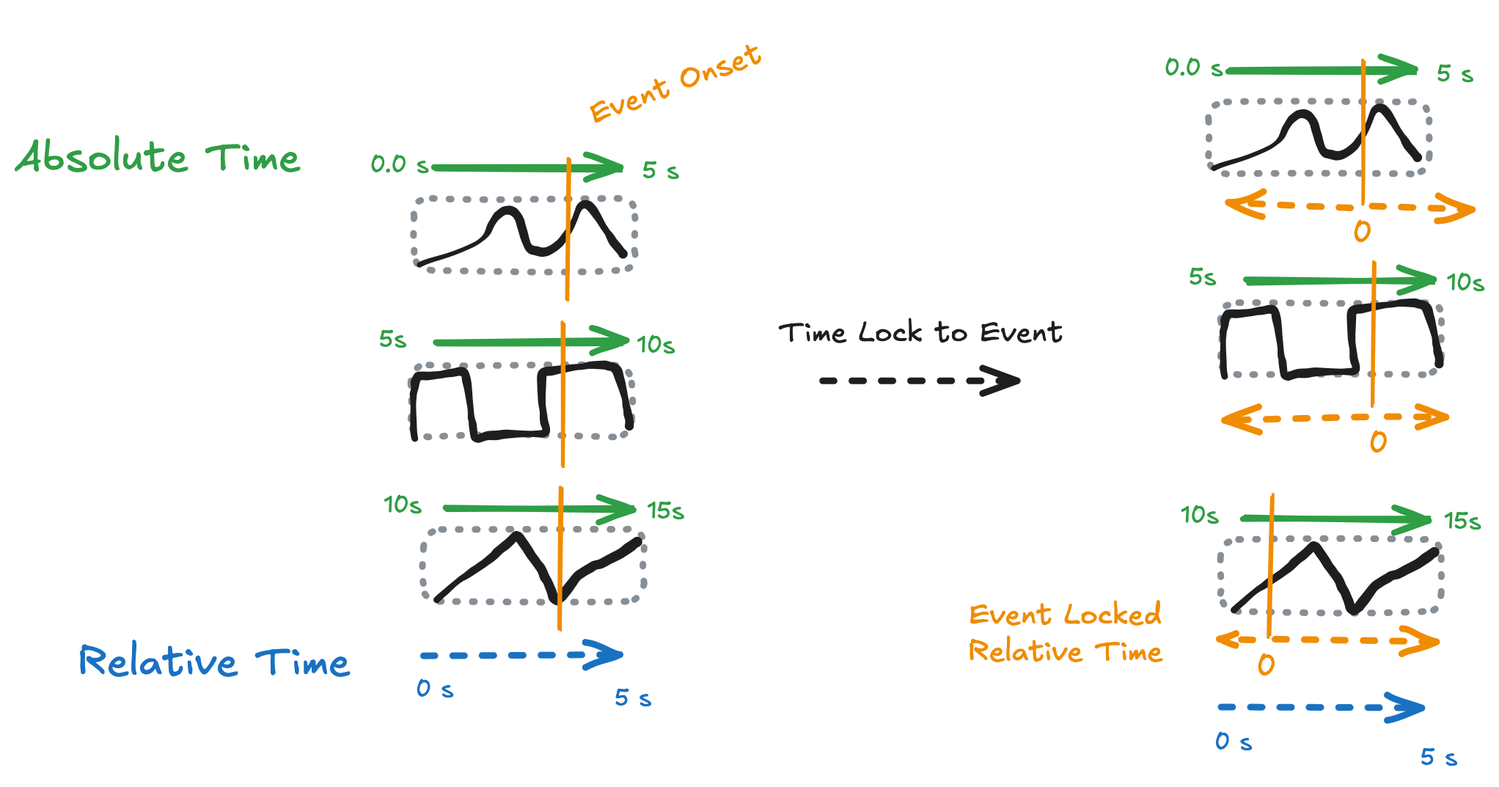
This is docs/images/event-locking.png.excalidraw.png from ianhi/xarray-linked-indexes, a Excalidraw export, as it was before one commit. Source tidied: one line per element, renumbered; positions are measured from the earlier drawing's top-left corner, leaving out a move shared by most shapes.
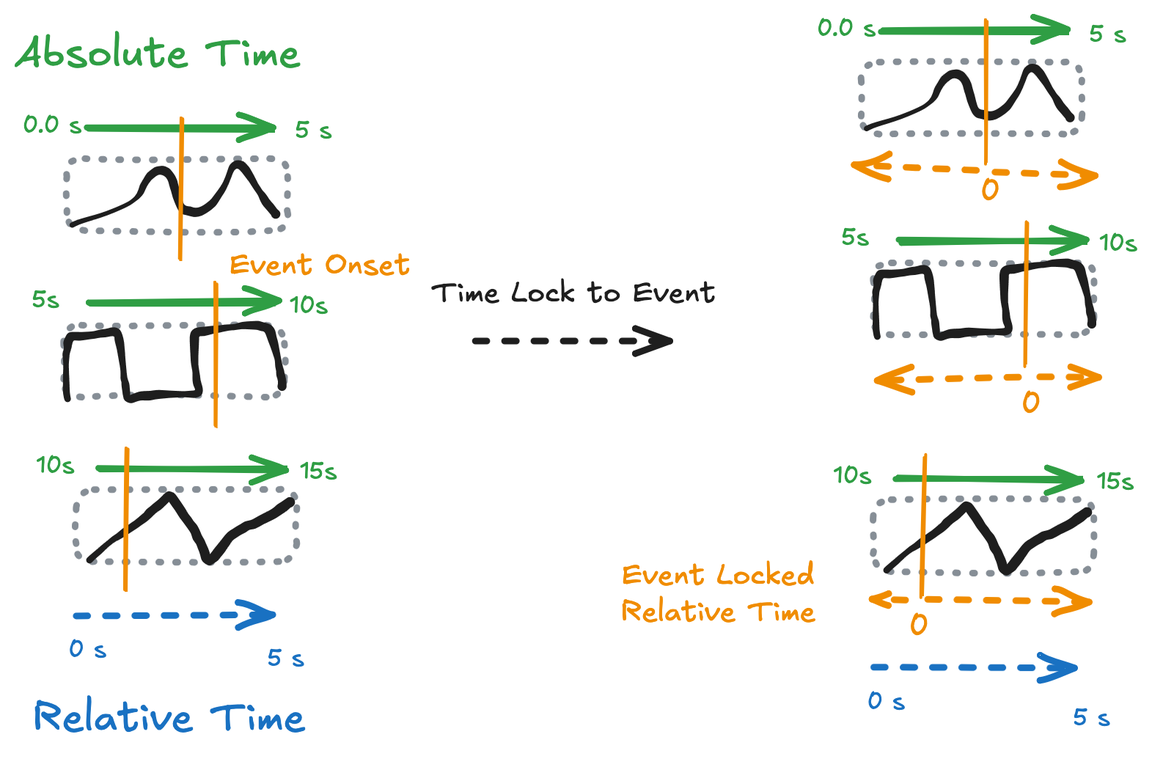
The same file after the commit.

What changed in the source:
```diff
@@ -16,8 +16,8 @@
 {"id": 15, "type": "freedraw", "strokeColor": "#1e1e1e", "strokeWidth": 1, "strokeStyle": "dashed", "roughness": 1, "x": 273, "y": 262, "width": 147, "height": 52, "points": [[0, 0], [-1, -9], [-1, -30], [0, -36], [1, -43], [18, -44], [27, -45], [34, -45], [38, -18], [39, -11], [42, 2], [47, -1], [53, -2], [67, -3], [85, -3], [90, -6], [86, -25], [86, -34], [86, -41], [89, -46], [110, -49], [122, -50], [129, -50], [136, -49], [139, -44], [144, -23], [145, -16], [146, -11]]}
 {"id": 16, "type": "freedraw", "strokeColor": "#1e1e1e", "strokeWidth": 1, "strokeStyle": "dashed", "roughness": 1, "x": 288, "y": 372, "width": 137, "height": 46, "points": [[0, 0], [7, -6], [19, -16], [27, -21], [34, -26], [38, -30], [43, -34], [47, -37], [51, -42], [54, -44], [60, -37], [65, -29], [70, -22], [73, -17], [76, -11], [78, -5], [80, 0], [82, 0], [86, -4], [92, -11], [96, -16], [101, -20], [107, -22], [113, -25], [117, -28], [123, -30], [128, -33], [132, -36], [136, -39]]}
 {"id": 17, "type": "line", "strokeColor": "#f08c00", "strokeWidth": 2, "roughness": 1, "round": true, "x": 374, "y": 184, "width": 1, "height": 97, "points": [[0, 0], [-1, 97]]}
-{"id": 18, "type": "line", "strokeColor": "#f08c00", "strokeWidth": 2, "roughness": 1, "round": true, "x": 378, "y": 71, "width": 1, "height": 97, "points": [[0, 0], [-1, 97]]}
+{"id": 18, "type": "line", "strokeColor": "#f08c00", "strokeWidth": 2, "roughness": 1, "round": true, "x": 351, "y": 70, "width": 1, "height": 97, "points": [[0, 0], [-1, 97]]}
-{"id": 19, "type": "line", "strokeColor": "#f08c00", "strokeWidth": 2, "roughness": 1, "round": true, "x": 373, "y": 295, "width": 1, "height": 97, "points": [[0, 0], [-1, 97]]}
+{"id": 19, "type": "line", "strokeColor": "#f08c00", "strokeWidth": 2, "roughness": 1, "round": true, "x": 314, "y": 296, "width": 1, "height": 97, "points": [[0, 0], [-1, 97]]}
 {"id": 20, "type": "rectangle", "strokeColor": "#868e96", "strokeWidth": 4, "strokeStyle": "dotted", "roughness": 1, "round": true, "x": 814, "y": 32, "width": 150, "height": 49}
 {"id": 21, "type": "arrow", "strokeColor": "#2f9e44", "strokeWidth": 4, "roughness": 1, "endArrowhead": "arrow", "round": true, "x": 828, "y": 12, "width": 128, "height": 0, "points": [[0, 0], [128, 0]]}
 {"id": 22, "type": "text", "text": "0.0 s", "strokeColor": "#2f9e44", "strokeWidth": 4, "roughness": 1, "fontSize": 16, "fontFamily": 5, "textAlign": "center", "x": 784, "y": 0, "width": 40, "height": 20}
@@ -37,11 +37,11 @@
 {"id": 36, "type": "freedraw", "strokeColor": "#1e1e1e", "strokeWidth": 1, "strokeStyle": "dashed", "roughness": 1, "x": 825, "y": 219, "width": 147, "height": 52, "points": [[0, 0], [-1, -9], [-1, -30], [0, -36], [1, -43], [18, -44], [27, -45], [34, -45], [38, -18], [39, -11], [42, 2], [47, -1], [53, -2], [67, -3], [85, -3], [90, -6], [86, -25], [86, -34], [86, -41], [89, -46], [110, -49], [122, -50], [129, -50], [136, -49], [139, -44], [144, -23], [145, -16], [146, -11]]}
 {"id": 37, "type": "freedraw", "strokeColor": "#1e1e1e", "strokeWidth": 1, "strokeStyle": "dashed", "roughness": 1, "x": 831, "y": 379, "width": 137, "height": 46, "points": [[0, 0], [7, -6], [19, -16], [27, -21], [34, -26], [38, -30], [43, -34], [47, -37], [51, -42], [54, -44], [60, -37], [65, -29], [70, -22], [73, -17], [76, -11], [78, -5], [80, 0], [82, 0], [86, -4], [92, -11], [96, -16], [101, -20], [107, -22], [113, -25], [117, -28], [123, -30], [128, -33], [132, -36], [136, -39]]}
 {"id": 38, "type": "line", "strokeColor": "#f08c00", "strokeWidth": 2, "roughness": 1, "round": true, "x": 927, "y": 142, "width": 1, "height": 97, "points": [[0, 0], [-1, 97]]}
-{"id": 39, "type": "line", "strokeColor": "#f08c00", "strokeWidth": 2, "roughness": 1, "round": true, "x": 920, "y": 5, "width": 1, "height": 97, "points": [[0, 0], [-1, 97]]}
+{"id": 39, "type": "line", "strokeColor": "#f08c00", "strokeWidth": 2, "roughness": 1, "round": true, "x": 899, "y": 5, "width": 1, "height": 97, "points": [[0, 0], [-1, 97]]}
 {"id": 40, "type": "line", "strokeColor": "#f08c00", "strokeWidth": 2, "roughness": 1, "round": true, "x": 857, "y": 301, "width": 1, "height": 97, "points": [[0, 0], [-1, 97]]}
-{"id": 41, "type": "arrow", "strokeColor": "#f08c00", "strokeWidth": 4, "strokeStyle": "dashed", "roughness": 1, "endArrowhead": "arrow", "round": true, "x": 924, "y": 103, "width": 69, "height": 2, "points": [[0, 0], [69, 2]]}
+{"id": 41, "type": "arrow", "strokeColor": "#f08c00", "strokeWidth": 4, "strokeStyle": "dashed", "roughness": 1, "endArrowhead": "arrow", "round": true, "x": 904, "y": 107, "width": 69, "height": 2, "points": [[0, 0], [69, 2]]}
-{"id": 42, "type": "arrow", "strokeColor": "#f08c00", "strokeWidth": 4, "strokeStyle": "dashed", "roughness": 1, "endArrowhead": "arrow", "round": true, "x": 910, "y": 104, "width": 83, "height": 4, "points": [[0, 0], [-83, -4]]}
+{"id": 42, "type": "arrow", "strokeColor": "#f08c00", "strokeWidth": 4, "strokeStyle": "dashed", "roughness": 1, "endArrowhead": "arrow", "round": true, "x": 892, "y": 105, "width": 83, "height": 4, "points": [[0, 0], [-83, -4]]}
-{"id": 43, "type": "text", "text": "0", "strokeColor": "#f08c00", "strokeWidth": 4, "strokeStyle": "dashed", "roughness": 0, "fontSize": 20, "fontFamily": 5, "textAlign": "center", "x": 912, "y": 110, "width": 13, "height": 25}
+{"id": 43, "type": "text", "text": "0", "strokeColor": "#f08c00", "strokeWidth": 4, "strokeStyle": "dashed", "roughness": 0, "fontSize": 20, "fontFamily": 5, "textAlign": "center", "x": 895, "y": 108, "width": 13, "height": 25}
 {"id": 44, "type": "arrow", "strokeColor": "#f08c00", "strokeWidth": 4, "strokeStyle": "dashed", "roughness": 1, "endArrowhead": "arrow", "round": true, "x": 935, "y": 247, "width": 40, "height": 1, "points": [[0, 0], [40, 1]]}
 {"id": 45, "type": "arrow", "strokeColor": "#f08c00", "strokeWidth": 4, "strokeStyle": "dashed", "roughness": 1, "endArrowhead": "arrow", "round": true, "x": 921, "y": 248, "width": 96, "height": 2, "points": [[0, 0], [-96, 2]]}
 {"id": 46, "type": "text", "text": "0", "strokeColor": "#f08c00", "strokeWidth": 4, "strokeStyle": "dashed", "roughness": 0, "fontSize": 20, "fontFamily": 5, "textAlign": "center", "x": 923, "y": 253, "width": 13, "height": 25}
@@ -49,9 +49,9 @@
 {"id": 48, "type": "arrow", "strokeColor": "#f08c00", "strokeWidth": 4, "strokeStyle": "dashed", "roughness": 1, "endArrowhead": "arrow", "round": true, "x": 845, "y": 399, "width": 24, "height": 1, "points": [[0, 0], [-24, -1]]}
 {"id": 49, "type": "text", "text": "0", "strokeColor": "#f08c00", "strokeWidth": 4, "strokeStyle": "dashed", "roughness": 0, "fontSize": 20, "fontFamily": 5, "textAlign": "center", "x": 847, "y": 405, "width": 13, "height": 25}
 {"id": 50, "type": "text", "text": "Event Locked\nRelative Time", "strokeColor": "#f08c00", "strokeWidth": 4, "strokeStyle": "dashed", "roughness": 0, "fontSize": 20, "fontFamily": 5, "textAlign": "center", "x": 614, "y": 370, "width": 205, "height": 50}
-{"id": 51, "type": "text", "text": "Absolute Time", "strokeColor": "#2f9e44", "strokeWidth": 4, "strokeStyle": "dotted", "roughness": 1, "fontSize": 28, "fontFamily": 5, "textAlign": "center", "x": 0, "y": 54, "width": 195, "height": 35}
+{"id": 51, "type": "text", "text": "Absolute Time", "strokeColor": "#2f9e44", "strokeWidth": 4, "strokeStyle": "dotted", "roughness": 1, "fontSize": 28, "fontFamily": 5, "textAlign": "center", "x": 237, "y": 10, "width": 195, "height": 35}
-{"id": 52, "type": "text", "text": "Event Onset", "strokeColor": "#f08c00", "angle": 5.93, "strokeWidth": 4, "strokeStyle": "dashed", "roughness": 0, "fontSize": 20, "fontFamily": 5, "textAlign": "center", "x": 348, "y": 8, "width": 205, "height": 25}
+{"id": 52, "type": "text", "text": "Event Onset", "strokeColor": "#f08c00", "strokeWidth": 4, "strokeStyle": "dashed", "roughness": 0, "fontSize": 20, "fontFamily": 5, "textAlign": "center", "x": 342, "y": 159, "width": 205, "height": 25}
-{"id": 53, "type": "text", "text": "Relative Time", "strokeColor": "#1971c2", "strokeWidth": 4, "strokeStyle": "dotted", "roughness": 1, "fontSize": 28, "fontFamily": 5, "textAlign": "center", "x": 43, "y": 398, "width": 187, "height": 35}
+{"id": 53, "type": "text", "text": "Relative Time", "strokeColor": "#1971c2", "strokeWidth": 4, "strokeStyle": "dotted", "roughness": 1, "fontSize": 28, "fontFamily": 5, "textAlign": "center", "x": 249, "y": 463, "width": 187, "height": 35}
 {"id": 54, "type": "arrow", "strokeColor": "#1e1e1e", "backgroundColor": "#ffffff", "fillStyle": "solid", "strokeWidth": 4, "strokeStyle": "dashed", "roughness": 0, "endArrowhead": "arrow", "round": true, "x": 551, "y": 223, "width": 133, "height": 0, "points": [[0, 0], [133, 0]]}
 {"id": 55, "type": "text", "text": "Time Lock to Event", "strokeColor": "#1e1e1e", "backgroundColor": "#ffffff", "fillStyle": "solid", "strokeWidth": 4, "strokeStyle": "dashed", "roughness": 0, "fontSize": 20, "fontFamily": 5, "textAlign": "center", "x": 521, "y": 178, "width": 194, "height": 25}
 {"id": 56, "type": "text", "text": "5 s", "strokeColor": "#1971c2", "strokeWidth": 4, "roughness": 1, "fontSize": 16, "fontFamily": 5, "textAlign": "center", "x": 409, "y": 430, "width": 25, "height": 20}
```
